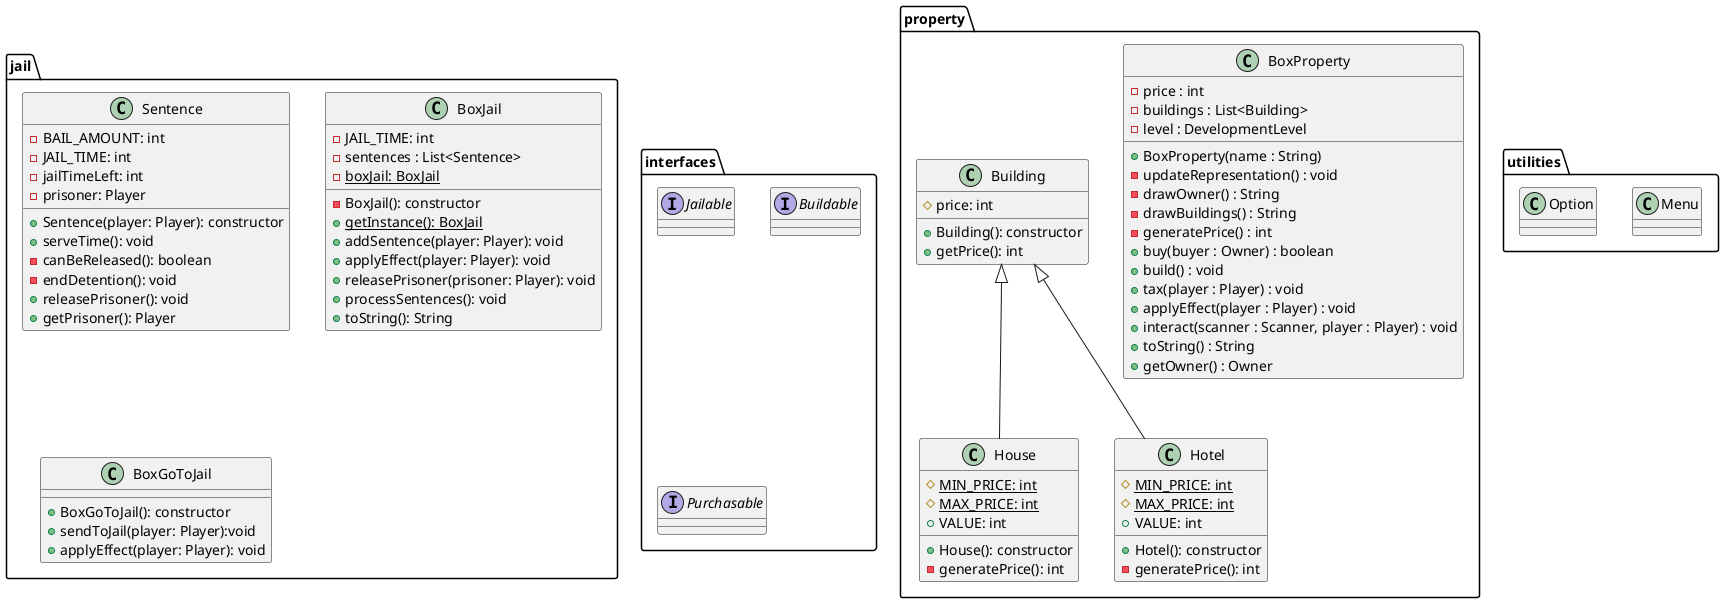
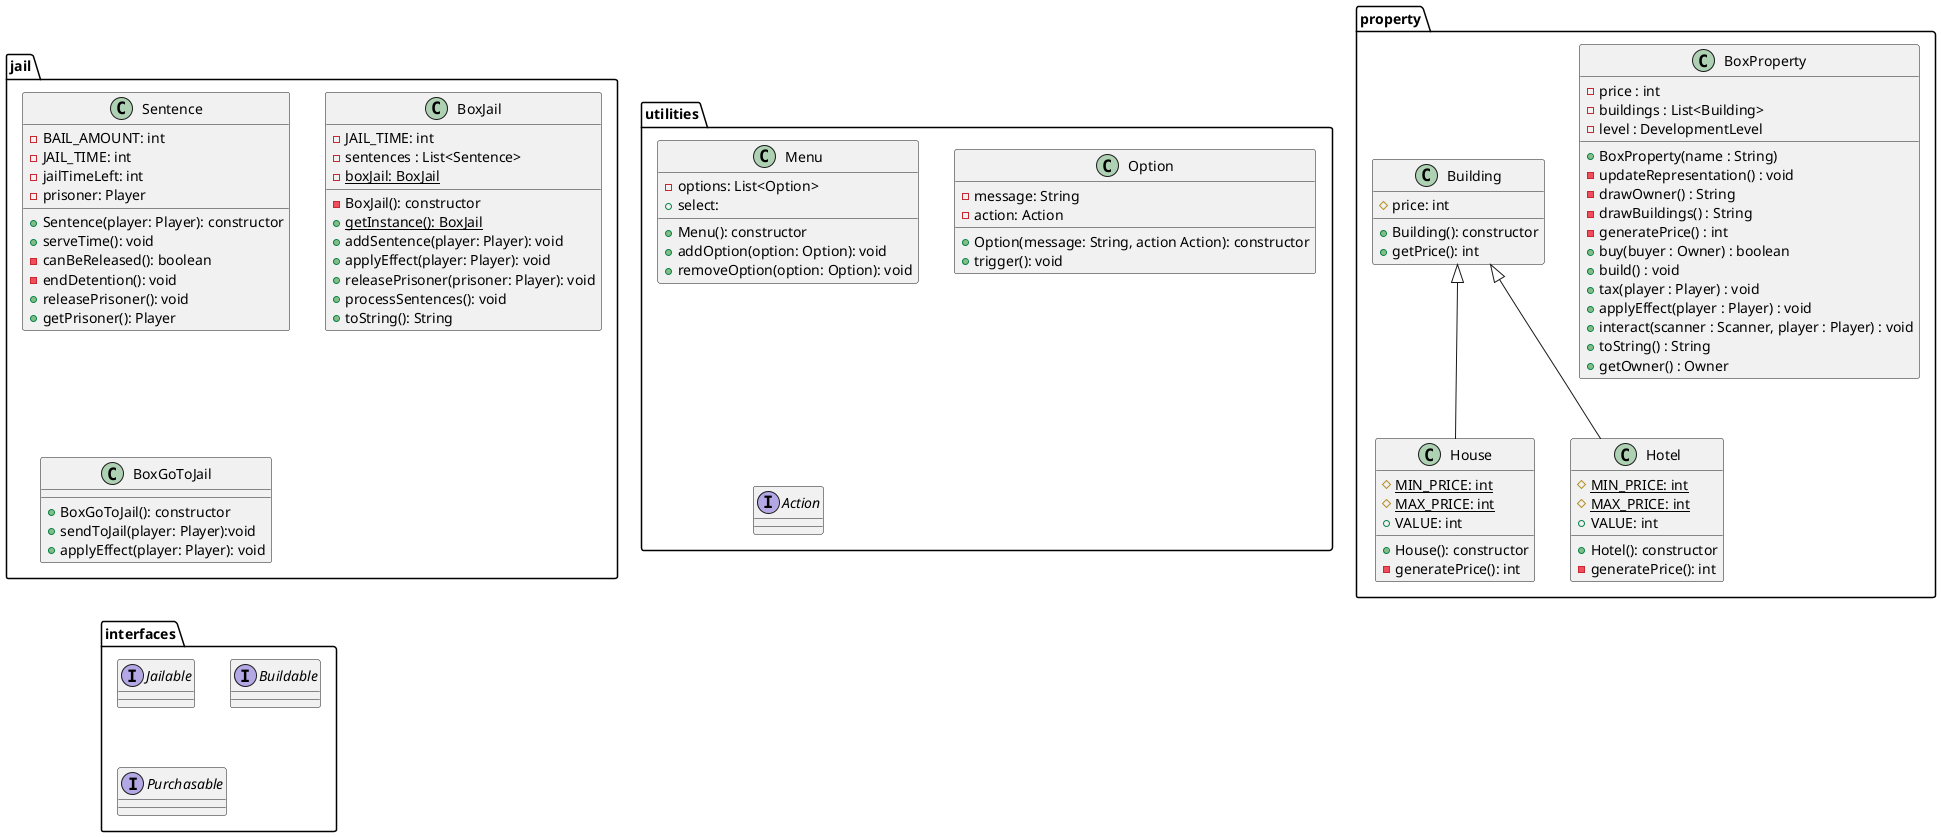
@startuml
package jail{
    class Sentence{
    - BAIL_AMOUNT: int
    - JAIL_TIME: int
    - jailTimeLeft: int
    - prisoner: Player
    + Sentence(player: Player): constructor
    + serveTime(): void
    - canBeReleased(): boolean
    - endDetention(): void
    + releasePrisoner(): void
    + getPrisoner(): Player
    }

    class BoxJail{
    - JAIL_TIME: int
    - sentences : List<Sentence>
    - {static} boxJail: BoxJail
    - BoxJail(): constructor
    + {static} getInstance(): BoxJail
    + addSentence(player: Player): void
    + applyEffect(player: Player): void
    + releasePrisoner(prisoner: Player): void
    + processSentences(): void
    + toString(): String
    }

    class BoxGoToJail{
    + BoxGoToJail(): constructor
    + sendToJail(player: Player):void
    + applyEffect(player: Player): void
    }
}

package property{
    class BoxProperty {
        - price : int
        - buildings : List<Building>
        - level : DevelopmentLevel
        + BoxProperty(name : String)
        - updateRepresentation() : void
        - drawOwner() : String
        - drawBuildings() : String
        - generatePrice() : int
        + buy(buyer : Owner) : boolean
        + build() : void
        + tax(player : Player) : void
        + applyEffect(player : Player) : void
        + interact(scanner : Scanner, player : Player) : void
        + toString() : String
        + getOwner() : Owner
    }

    class Building {
    # price: int
    + Building(): constructor
    + getPrice(): int
    }

    class House {
    # {static} MIN_PRICE: int
    # {static} MAX_PRICE: int
    + VALUE: int
    + House(): constructor
    - generatePrice(): int
    }

    class Hotel {
    # {static} MIN_PRICE: int
    # {static} MAX_PRICE: int
    + VALUE: int
    + Hotel(): constructor
    - generatePrice(): int
    }

    Building <|-- House
    Building <|-- Hotel
}

package utilities{
   class Menu{
- 
+     - options: List<Option>
+     + Menu(): constructor
+     + addOption(option: Option): void
+     + removeOption(option: Option): void
+     + select:
   }

   class Option{
+    - message: String
+    - action: Action
+    + Option(message: String, action Action): constructor
+    + trigger(): void
+    }
+ 
+    ' Non è una vera interfaccia. Serve a rappresentare un Lamda
+    interface Action{

   }
}

package interfaces{
    interface Jailable{

    }

    interface Buildable{

    }

    interface Purchasable{

    }
}
@enduml